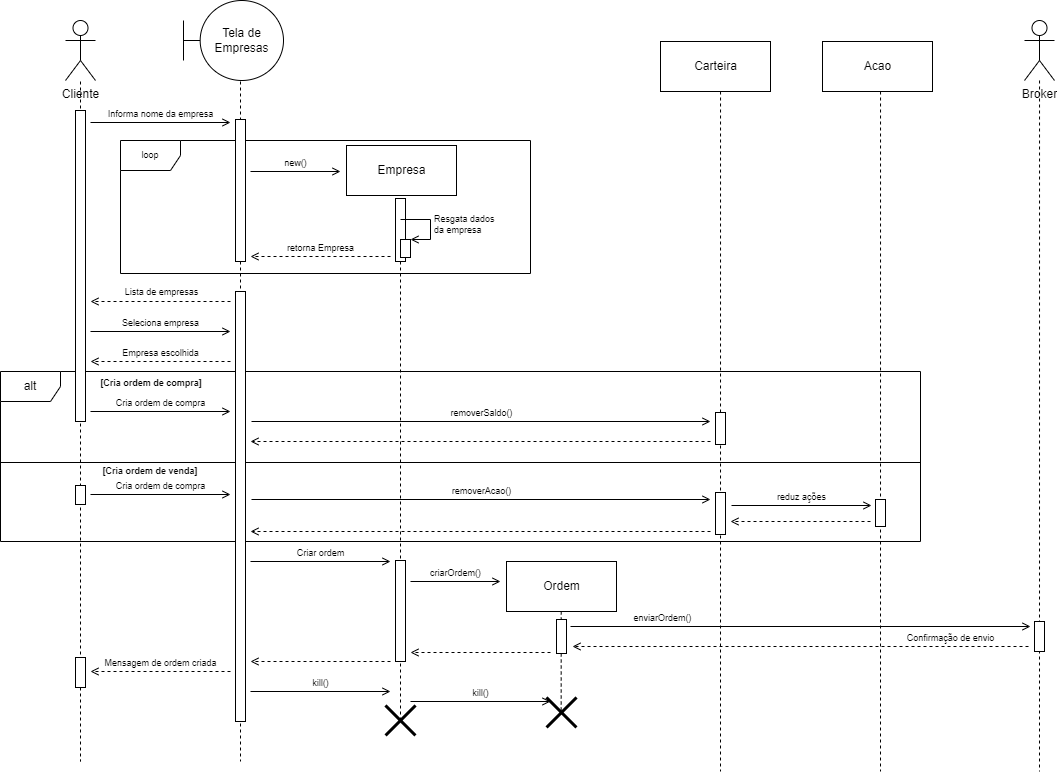
This is MarketDiagramasDeSequencia/MarketSequencia02.drawio.png from EijiDogen/FEI_MDSMarket, a draw.io export, as it was before one commit. Source tidied: cells renumbered, new cells last; positions are measured from the earlier drawing's top-left corner, leaving out a move shared by most shapes.
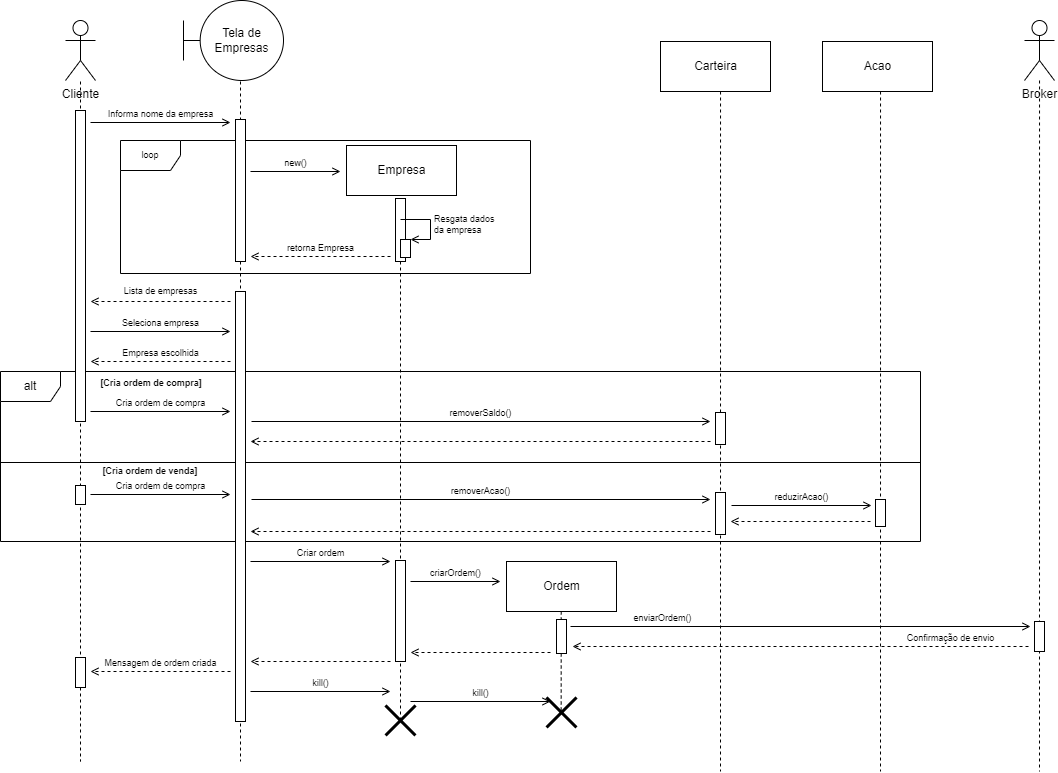
Above is the later version.

The edit, as a diff of the source:
```diff
@@ -123,7 +123,7 @@
         </Array>
       </mxGeometry>
     </mxCell>
-    <mxCell id="26" value="reduz ações" style="html=1;verticalAlign=bottom;endArrow=open;rounded=0;fontSize=9;endFill=0;" parent="10" edge="1">
+    <mxCell id="26" value="reduzirAcao()" style="html=1;verticalAlign=bottom;endArrow=open;rounded=0;fontSize=9;endFill=0;" parent="10" edge="1">
       <mxGeometry relative="1" as="geometry">
         <mxPoint x="731" y="505" as="sourcePoint" />
         <mxPoint x="871" y="505" as="targetPoint" />
```
